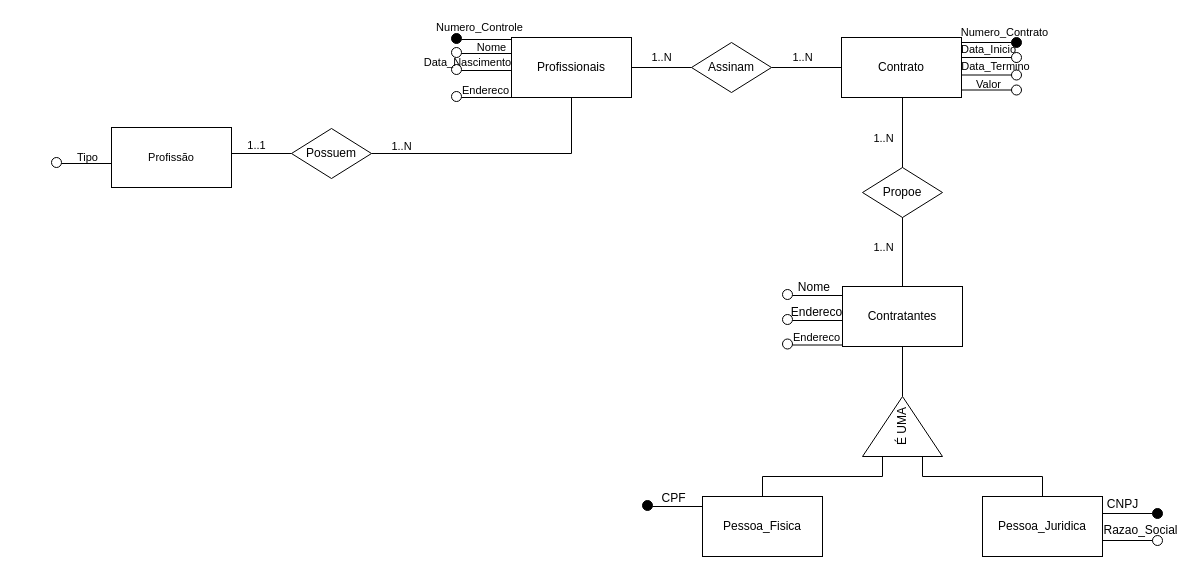
Before: Untitled Diagram.drawio in mariaeduaruda/BD-1-atividade, a draw.io diagram. Source tidied: cells renumbered, new cells numbered last; positions are measured from the earlier drawing's top-left corner, leaving out a move shared by most shapes. Both pictures are drawn from the tidied source at 100%, with x=0, y=0 at pixel (51, 17).
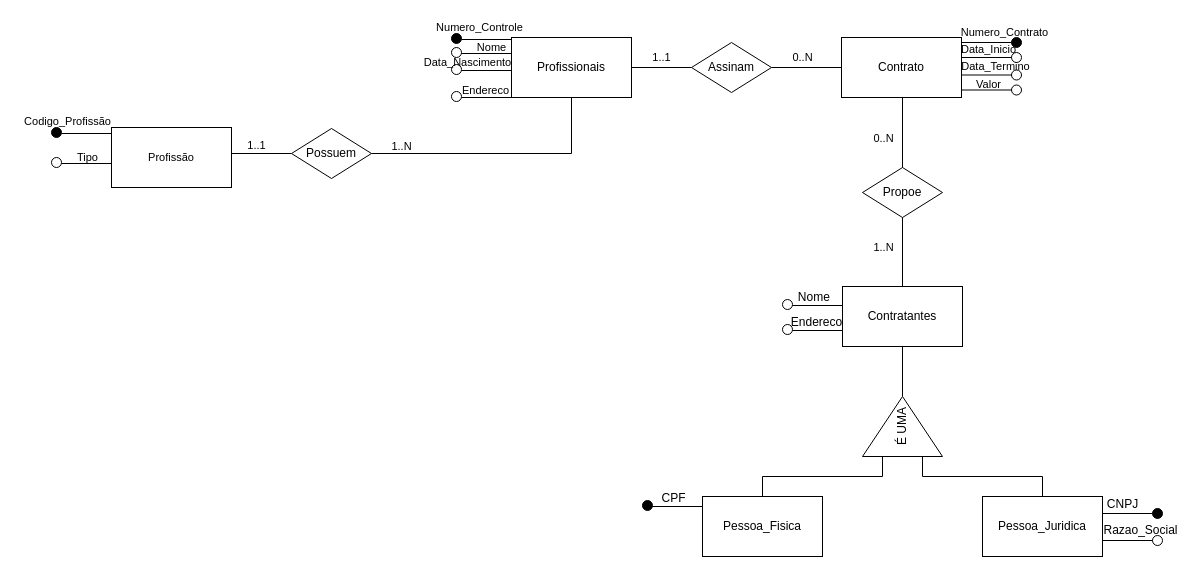
Above is the later version.

Diff of the diagram source:
```diff
@@
     <mxCell id="13" style="verticalLabelPosition=bottom;verticalAlign=top;html=1;shape=mxgraph.flowchart.on-page_reference;" parent="1" vertex="1">
-      <mxGeometry x="731" y="272" width="10" height="10" as="geometry" />
+      <mxGeometry x="731" y="282" width="10" height="10" as="geometry" />
     </mxCell>
     <mxCell id="14" style="endArrow=none;html=1;rounded=0;" parent="1" edge="1">
       <mxGeometry relative="1" as="geometry">
-        <mxPoint x="741" y="278" as="sourcePoint" />
-        <mxPoint x="791" y="278" as="targetPoint" />
+        <mxPoint x="741" y="288" as="sourcePoint" />
+        <mxPoint x="791" y="288" as="targetPoint" />
       </mxGeometry>
     </mxCell>
     <mxCell id="15" value="Nome&amp;nbsp;" style="text;html=1;align=center;verticalAlign=middle;strokeColor=none;fillColor=none;" parent="1" vertex="1">
-      <mxGeometry x="739" y="260" width="50" height="20" as="geometry" />
+      <mxGeometry x="739" y="270" width="50" height="20" as="geometry" />
     </mxCell>
     <mxCell id="16" style="verticalLabelPosition=bottom;verticalAlign=top;html=1;shape=mxgraph.flowchart.on-page_reference;" parent="1" vertex="1">
-      <mxGeometry x="731" y="297" width="10" height="10" as="geometry" />
+      <mxGeometry x="731" y="307" width="10" height="10" as="geometry" />
     </mxCell>
     <mxCell id="17" style="endArrow=none;html=1;rounded=0;" parent="1" edge="1">
       <mxGeometry relative="1" as="geometry">
-        <mxPoint x="741" y="303" as="sourcePoint" />
-        <mxPoint x="791" y="303" as="targetPoint" />
+        <mxPoint x="741" y="313" as="sourcePoint" />
+        <mxPoint x="791" y="313" as="targetPoint" />
       </mxGeometry>
     </mxCell>
     <mxCell id="18" value="Endereco" style="text;html=1;align=center;verticalAlign=middle;strokeColor=none;fillColor=none;" parent="1" vertex="1">
-      <mxGeometry x="730" y="285" width="70" height="20" as="geometry" />
+      <mxGeometry x="730" y="295" width="70" height="20" as="geometry" />
     </mxCell>
@@
-    <mxCell id="65" value="1..N" style="text;html=1;align=center;verticalAlign=middle;strokeColor=none;fillColor=none;fontSize=11;" parent="1" vertex="1">
-      <mxGeometry x="590" y="30" width="40" height="20" as="geometry" />
+    <mxCell id="65" value="1..1" style="text;html=1;align=center;verticalAlign=middle;strokeColor=none;fillColor=none;fontSize=11;" parent="1" vertex="1">
+      <mxGeometry x="595" y="30" width="30" height="20" as="geometry" />
     </mxCell>
-    <mxCell id="66" value="1..N" style="text;html=1;align=center;verticalAlign=middle;strokeColor=none;fillColor=none;fontSize=11;" parent="1" vertex="1">
+    <mxCell id="66" value="0..N" style="text;html=1;align=center;verticalAlign=middle;strokeColor=none;fillColor=none;fontSize=11;" parent="1" vertex="1">
       <mxGeometry x="731" y="30" width="40" height="20" as="geometry" />
     </mxCell>
-    <mxCell id="67" style="verticalLabelPosition=bottom;verticalAlign=top;html=1;shape=mxgraph.flowchart.on-page_reference;" parent="1" vertex="1">
-      <mxGeometry x="731" y="321.5" width="10" height="10" as="geometry" />
-    </mxCell>
-    <mxCell id="68" style="endArrow=none;html=1;rounded=0;" parent="1" edge="1">
-      <mxGeometry relative="1" as="geometry">
-        <mxPoint x="741" y="327.5" as="sourcePoint" />
-        <mxPoint x="791" y="327.5" as="targetPoint" />
-      </mxGeometry>
-    </mxCell>
-    <mxCell id="69" value="Endereco" style="text;html=1;align=center;verticalAlign=middle;strokeColor=none;fillColor=none;fontSize=11;" parent="1" vertex="1">
-      <mxGeometry x="735" y="310" width="60" height="20" as="geometry" />
-    </mxCell>
-    <mxCell id="70" value="1..N" style="text;html=1;align=center;verticalAlign=middle;strokeColor=none;fillColor=none;fontSize=11;" parent="1" vertex="1">
+    <mxCell id="70" value="0..N" style="text;html=1;align=center;verticalAlign=middle;strokeColor=none;fillColor=none;fontSize=11;" parent="1" vertex="1">
       <mxGeometry x="812" y="111" width="40" height="20" as="geometry" />
     </mxCell>
@@
+    <mxCell id="72" style="verticalLabelPosition=bottom;verticalAlign=top;html=1;shape=mxgraph.flowchart.on-page_reference;fillColor=#000000;" parent="1" vertex="1">
+      <mxGeometry y="110" width="10" height="10" as="geometry" />
+    </mxCell>
+    <mxCell id="73" style="endArrow=none;html=1;rounded=0;" parent="1" edge="1">
+      <mxGeometry relative="1" as="geometry">
+        <mxPoint x="10" y="116" as="sourcePoint" />
+        <mxPoint x="60" y="116" as="targetPoint" />
+      </mxGeometry>
+    </mxCell>
+    <mxCell id="74" value="Codigo_Profissão" style="text;html=1;align=center;verticalAlign=middle;strokeColor=none;fillColor=none;fontSize=11;" parent="1" vertex="1">
+      <mxGeometry x="-34" y="94" width="100" height="20" as="geometry" />
+    </mxCell>
```
